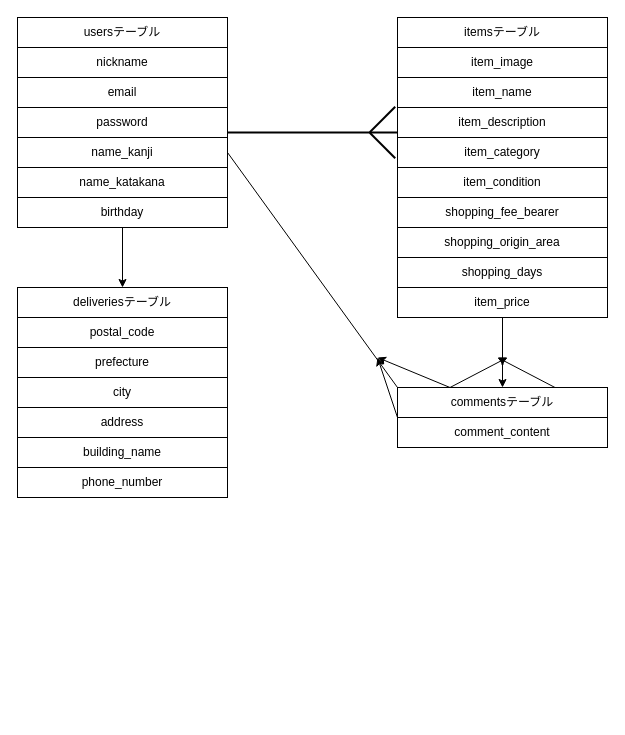
Earlier version of the draw.io diagram test.dio (3ttaka/furima-41345). Source tidied: cells renumbered, new cells numbered last; positions are measured from the earlier drawing's top-left corner, leaving out a move shared by most shapes. Both pictures are drawn from the tidied source at 100%, with x=0, y=0 at pixel (17, 17).
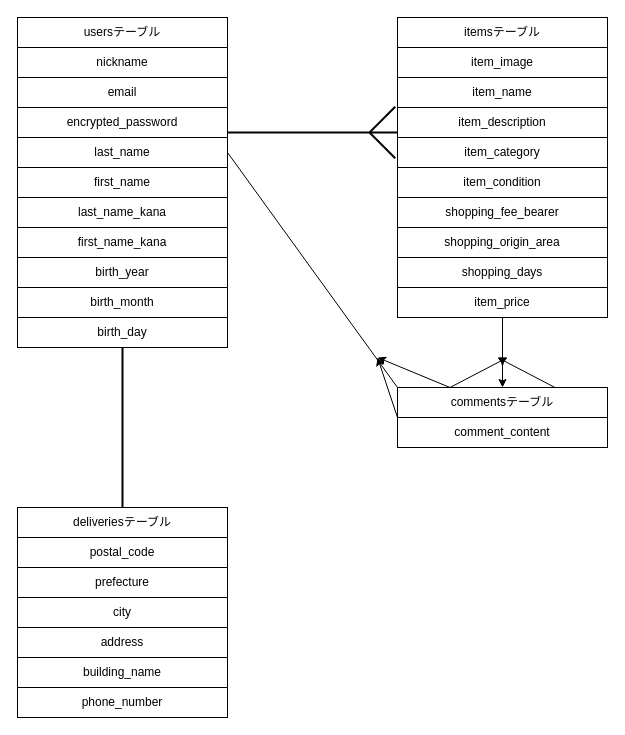
After the change.

The change refers to these unchanged cells:
```xml
<mxCell id="2" style="group;" parent="1" vertex="1">
  <mxGeometry width="210" height="210" as="geometry" />
</mxCell>
<mxCell id="25" value="deliveriesテーブル" style="rounded=0;whiteSpace=wrap;html=1;" parent="21" vertex="1">
  <mxGeometry width="210" height="30" as="geometry" />
</mxCell>
```

Change to the diagram source:
```diff
@@
-    <mxCell id="6" value="password" style="rounded=0;whiteSpace=wrap;html=1;" parent="2" vertex="1">
+    <mxCell id="6" value="encrypted_password" style="rounded=0;whiteSpace=wrap;html=1;" parent="2" vertex="1">
       <mxGeometry y="90" width="210" height="30" as="geometry" />
     </mxCell>
-    <mxCell id="7" value="name_kanji" style="rounded=0;whiteSpace=wrap;html=1;" parent="2" vertex="1">
+    <mxCell id="7" value="last_name" style="rounded=0;whiteSpace=wrap;html=1;" parent="2" vertex="1">
       <mxGeometry y="120" width="210" height="30" as="geometry" />
     </mxCell>
-    <mxCell id="8" value="name_katakana" style="rounded=0;whiteSpace=wrap;html=1;" parent="2" vertex="1">
+    <mxCell id="8" value="first_name" style="rounded=0;whiteSpace=wrap;html=1;" parent="2" vertex="1">
       <mxGeometry y="150" width="210" height="30" as="geometry" />
     </mxCell>
-    <mxCell id="9" value="birthday" style="rounded=0;whiteSpace=wrap;html=1;" parent="2" vertex="1">
+    <mxCell id="9" value="last_name_kana" style="rounded=0;whiteSpace=wrap;html=1;" parent="2" vertex="1">
       <mxGeometry y="180" width="210" height="30" as="geometry" />
     </mxCell>
@@
     <mxCell id="21" style="group;" parent="1" vertex="1">
-      <mxGeometry y="270" width="210" height="210" as="geometry" />
+      <mxGeometry y="490" width="210" height="210" as="geometry" />
     </mxCell>
@@
-    <mxCell id="38" style="edgeStyle=none;html=1;exitX=0.5;exitY=1;exitDx=0;exitDy=0;entryX=0.5;entryY=0;entryDx=0;entryDy=0;strokeColor=none;" parent="1" edge="1" source="9" target="25">
-      <mxGeometry relative="1" as="geometry">
-        <Array as="points">
-          <mxPoint x="105" y="250" />
-        </Array>
-      </mxGeometry>
+    <mxCell id="38" style="edgeStyle=none;html=1;exitX=0.5;exitY=1;exitDx=0;exitDy=0;entryX=0.5;entryY=0;entryDx=0;entryDy=0;strokeColor=none;startArrow=none;" parent="1" edge="1" source="48" target="25">
+      <mxGeometry relative="1" as="geometry" />
     </mxCell>
@@
+    <mxCell id="43" value="first_name_kana" style="rounded=0;whiteSpace=wrap;html=1;" parent="1" vertex="1">
+      <mxGeometry y="210" width="210" height="30" as="geometry" />
+    </mxCell>
+    <mxCell id="44" value="birth_year" style="rounded=0;whiteSpace=wrap;html=1;" parent="1" vertex="1">
+      <mxGeometry y="240" width="210" height="30" as="geometry" />
+    </mxCell>
+    <mxCell id="45" value="birth_month" style="rounded=0;whiteSpace=wrap;html=1;" parent="1" vertex="1">
+      <mxGeometry y="270" width="210" height="30" as="geometry" />
+    </mxCell>
+    <mxCell id="46" value="birth_day" style="rounded=0;whiteSpace=wrap;html=1;" parent="1" vertex="1">
+      <mxGeometry y="300" width="210" height="30" as="geometry" />
+    </mxCell>
+    <mxCell id="47" style="edgeStyle=none;html=1;exitX=0.5;exitY=1;exitDx=0;exitDy=0;entryX=0.5;entryY=0;entryDx=0;entryDy=0;strokeColor=none;endArrow=none;" parent="1" edge="1" source="9" target="48">
+      <mxGeometry relative="1" as="geometry">
+        <Array as="points">
+          <mxPoint x="105" y="250" />
+        </Array>
+      </mxGeometry>
+    </mxCell>
+    <mxCell id="48" style="line;strokeWidth=2;direction=south;html=1;" parent="1" vertex="1">
+      <mxGeometry x="100" y="330" width="10" height="160" as="geometry" />
+    </mxCell>
```
